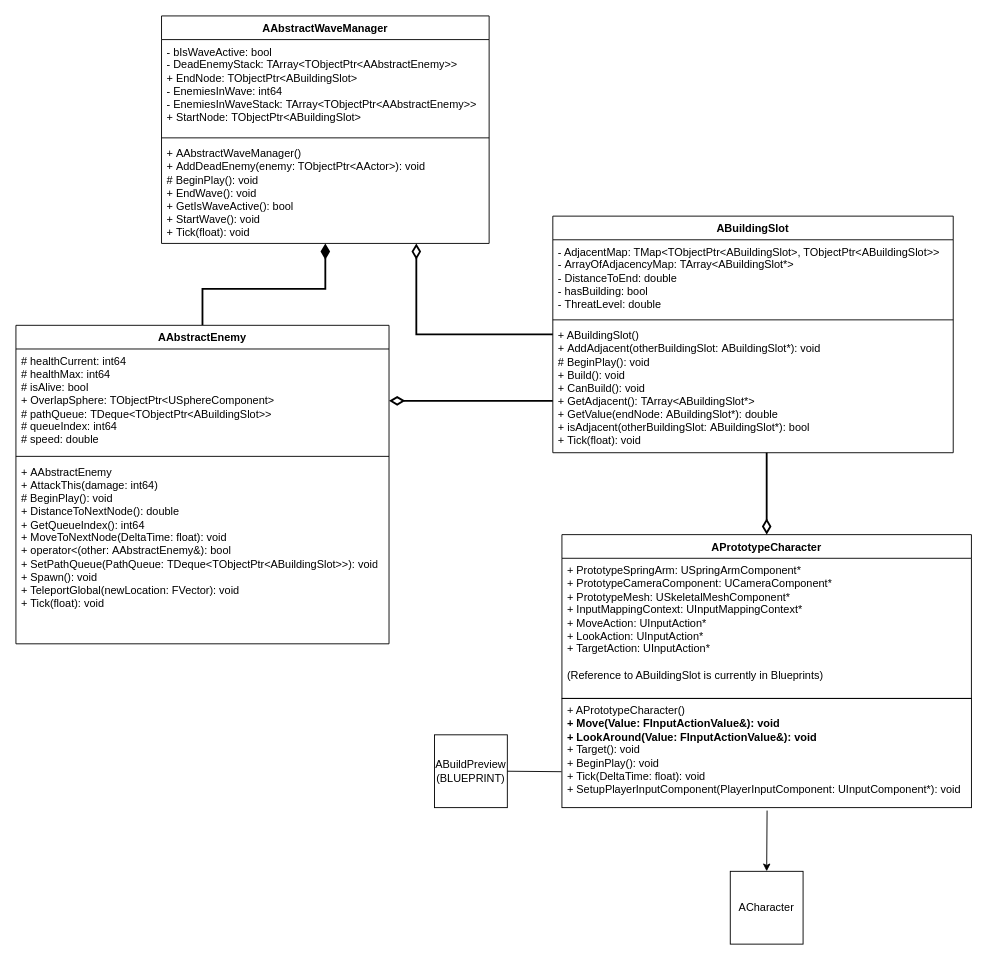
Earlier version of the draw.io diagram UML.drawio (herrkrabbe/Programming3TD). Source tidied: cells renumbered, new cells numbered last; positions are measured from the earlier drawing's top-left corner, leaving out a move shared by most shapes. Both pictures are drawn from the tidied source at 91%, with x=0, y=0 at pixel (15, 15).
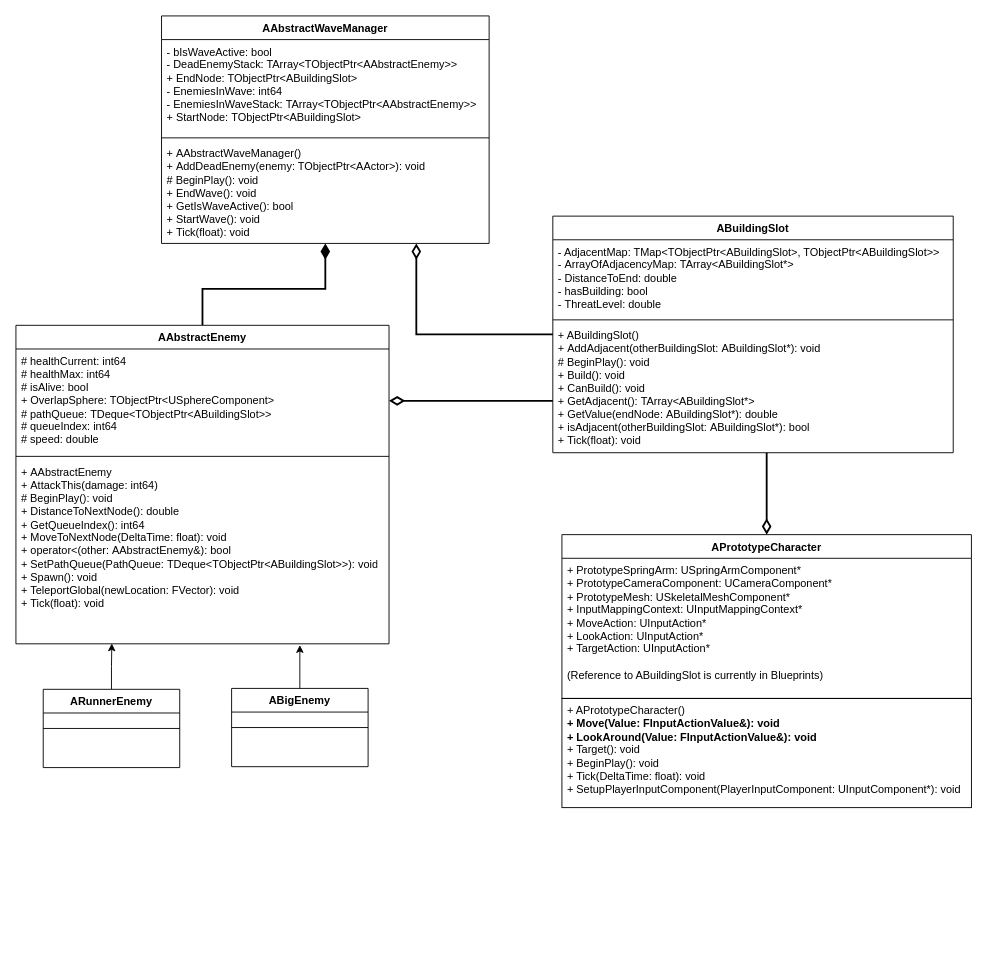
After the change.

Commit message:
Added enemy subclasses

Unchanged cells that the change refers to:
```xml
<mxCell id="11" value="+&amp;nbsp;AAbstractEnemy&lt;div&gt;+&amp;nbsp;AttackThis(damage: int64)&lt;/div&gt;&lt;div&gt;&lt;div&gt;# BeginPlay(): void&lt;br&gt;&lt;/div&gt;&lt;/div&gt;&lt;div&gt;+&amp;nbsp;DistanceToNextNode(): double&lt;/div&gt;&lt;div&gt;+&amp;nbsp;GetQueueIndex(): int64&lt;/div&gt;&lt;div&gt;+&amp;nbsp;MoveToNextNode(DeltaTime: float): void&lt;/div&gt;&lt;div&gt;+&amp;nbsp;operator&amp;lt;(other:&amp;nbsp;AAbstractEnemy&amp;amp;): bool&lt;/div&gt;&lt;div&gt;+&amp;nbsp;SetPathQueue(PathQueue:&amp;nbsp;TDeque&amp;lt;TObjectPtr&amp;lt;ABuildingSlot&amp;gt;&amp;gt;): void&lt;/div&gt;&lt;div&gt;+&amp;nbsp;Spawn(): void&lt;/div&gt;&lt;div&gt;+&amp;nbsp;TeleportGlobal(newLocation: FVector): void&lt;/div&gt;&lt;div&gt;+&amp;nbsp;Tick(float): void&lt;br&gt;&lt;/div&gt;" style="text;strokeColor=none;fillColor=none;align=left;verticalAlign=top;spacingLeft=4;spacingRight=4;overflow=hidden;points=[[0,0.5],[1,0.5]];portConstraint=eastwest;whiteSpace=wrap;html=1;" parent="8" vertex="1">
  <mxGeometry y="148" width="410" height="202" as="geometry" />
</mxCell>
<mxCell id="22" value="&lt;span style=&quot;background-color: initial;&quot;&gt;&lt;div style=&quot;&quot;&gt;+ APrototypeCharacter()&lt;/div&gt;&lt;div style=&quot;font-weight: bold;&quot;&gt;+ Move(&lt;span style=&quot;background-color: initial;&quot;&gt;Value:&amp;nbsp;&lt;/span&gt;&lt;span style=&quot;background-color: initial;&quot;&gt;FInputActionValue&amp;amp;):&amp;nbsp;&lt;/span&gt;&lt;span style=&quot;background-color: initial;&quot;&gt;void&lt;/span&gt;&lt;span style=&quot;background-color: initial;&quot;&gt;&amp;nbsp;&lt;/span&gt;&lt;/div&gt;&lt;div style=&quot;font-weight: bold;&quot;&gt;&lt;span style=&quot;background-color: initial;&quot;&gt;+ LookAround(&lt;/span&gt;&lt;span style=&quot;background-color: initial;&quot;&gt;Value:&amp;nbsp;&lt;/span&gt;&lt;span style=&quot;background-color: initial;&quot;&gt;FInputActionValue&amp;amp;):&amp;nbsp;&lt;/span&gt;&lt;span style=&quot;background-color: initial;&quot;&gt;void&lt;/span&gt;&lt;/div&gt;&lt;div style=&quot;font-weight: bold;&quot;&gt;&lt;span style=&quot;background-color: initial; font-weight: normal;&quot;&gt;+ Target():&amp;nbsp;&lt;/span&gt;&lt;span style=&quot;background-color: initial; font-weight: normal;&quot;&gt;void&lt;/span&gt;&lt;span style=&quot;background-color: initial; font-weight: normal;&quot;&gt;&amp;nbsp;&lt;/span&gt;&lt;/div&gt;&lt;div style=&quot;font-weight: bold;&quot;&gt;&lt;span style=&quot;background-color: initial; font-weight: normal;&quot;&gt;+ BeginPlay():&amp;nbsp;&lt;/span&gt;&lt;span style=&quot;background-color: initial; font-weight: normal;&quot;&gt;void&lt;/span&gt;&lt;span style=&quot;background-color: initial; font-weight: normal;&quot;&gt;&amp;nbsp;&lt;/span&gt;&lt;/div&gt;&lt;div style=&quot;font-weight: bold;&quot;&gt;&lt;span style=&quot;background-color: initial; font-weight: normal;&quot;&gt;+ Tick(DeltaTime: float):&amp;nbsp;&lt;/span&gt;&lt;span style=&quot;background-color: initial; font-weight: normal;&quot;&gt;void&lt;/span&gt;&lt;span style=&quot;background-color: initial; font-weight: normal;&quot;&gt;&amp;nbsp;&lt;/span&gt;&lt;/div&gt;&lt;div style=&quot;font-weight: bold;&quot;&gt;&lt;span style=&quot;background-color: initial; font-weight: normal;&quot;&gt;+ SetupPlayerInputComponent(PlayerInputComponent:&amp;nbsp;&lt;/span&gt;&lt;span style=&quot;background-color: initial; font-weight: normal;&quot;&gt;UInputComponent*&lt;/span&gt;&lt;span style=&quot;background-color: initial; font-weight: normal;&quot;&gt;):&amp;nbsp;&lt;/span&gt;&lt;span style=&quot;background-color: initial; font-weight: normal;&quot;&gt;void&lt;/span&gt;&lt;span style=&quot;background-color: initial; font-weight: normal;&quot;&gt;&amp;nbsp;&lt;/span&gt;&lt;/div&gt;&lt;/span&gt;" style="text;strokeColor=default;fillColor=none;align=left;verticalAlign=top;spacingLeft=4;spacingRight=4;overflow=hidden;points=[[0,0.5],[1,0.5]];portConstraint=eastwest;whiteSpace=wrap;html=1;perimeterSpacing=0;strokeWidth=1;" parent="1" vertex="1">
  <mxGeometry x="600" y="750" width="450" height="120" as="geometry" />
</mxCell>
```

Change to the diagram source:
```diff
@@
-    <mxCell id="19" value="ACharacter" style="whiteSpace=wrap;html=1;" parent="1" vertex="1">
-      <mxGeometry x="785" y="940" width="80" height="80" as="geometry" />
-    </mxCell>
-    <mxCell id="20" style="endArrow=classic;html=1;rounded=0;entryX=0.5;entryY=0;entryDx=0;entryDy=0;exitX=0.501;exitY=1.027;exitDx=0;exitDy=0;exitPerimeter=0;" parent="1" edge="1" source="22" target="19">
-      <mxGeometry relative="1" as="geometry" />
-    </mxCell>
@@
-    <mxCell id="23" value="ABuildPreview&lt;div&gt;(BLUEPRINT)&lt;/div&gt;" style="whiteSpace=wrap;html=1;" parent="1" vertex="1">
-      <mxGeometry x="460" y="790" width="80" height="80" as="geometry" />
-    </mxCell>
-    <mxCell id="24" style="endArrow=none;html=1;rounded=0;exitX=1;exitY=0.5;exitDx=0;exitDy=0;entryX=-0.001;entryY=0.671;entryDx=0;entryDy=0;entryPerimeter=0;" parent="1" edge="1" source="23" target="22">
-      <mxGeometry relative="1" as="geometry" />
-    </mxCell>
+    <mxCell id="25" style="edgeStyle=orthogonalEdgeStyle;rounded=0;jettySize=auto;html=1;entryX=0.257;entryY=0.998;entryDx=0;entryDy=0;entryPerimeter=0;" parent="1" edge="1" source="26" target="11">
+      <mxGeometry relative="1" as="geometry" />
+    </mxCell>
+    <mxCell id="26" value="ARunnerEnemy" style="swimlane;fontStyle=1;align=center;verticalAlign=top;horizontal=1;startSize=26;whiteSpace=wrap;html=1;" parent="1" vertex="1">
+      <mxGeometry x="30" y="740" width="150" height="86" as="geometry" />
+    </mxCell>
+    <mxCell id="27" style="line;strokeWidth=1;fillColor=none;align=left;verticalAlign=middle;spacingTop=-1;spacingLeft=3;spacingRight=3;labelPosition=right;strokeColor=inherit;" parent="26" vertex="1">
+      <mxGeometry y="26" width="150" height="34" as="geometry" />
+    </mxCell>
+    <mxCell id="28" value="&lt;div&gt;&lt;br&gt;&lt;/div&gt;" style="text;strokeColor=none;fillColor=none;align=left;verticalAlign=top;spacingLeft=4;spacingRight=4;overflow=hidden;whiteSpace=wrap;html=1;" parent="26" vertex="1">
+      <mxGeometry y="60" width="150" height="26" as="geometry" />
+    </mxCell>
+    <mxCell id="29" value="ABigEnemy" style="swimlane;fontStyle=1;align=center;verticalAlign=top;horizontal=1;startSize=26;whiteSpace=wrap;html=1;" parent="1" vertex="1">
+      <mxGeometry x="237" y="739" width="150" height="86" as="geometry" />
+    </mxCell>
+    <mxCell id="30" style="line;strokeWidth=1;fillColor=none;align=left;verticalAlign=middle;spacingTop=-1;spacingLeft=3;spacingRight=3;labelPosition=right;strokeColor=inherit;" parent="29" vertex="1">
+      <mxGeometry y="26" width="150" height="34" as="geometry" />
+    </mxCell>
+    <mxCell id="31" value="&lt;div&gt;&lt;br&gt;&lt;/div&gt;" style="text;strokeColor=none;fillColor=none;align=left;verticalAlign=top;spacingLeft=4;spacingRight=4;overflow=hidden;whiteSpace=wrap;html=1;" parent="29" vertex="1">
+      <mxGeometry y="60" width="150" height="26" as="geometry" />
+    </mxCell>
+    <mxCell id="32" style="endArrow=classic;html=1;rounded=0;entryX=0.761;entryY=1.007;entryDx=0;entryDy=0;entryPerimeter=0;exitX=0.5;exitY=0;exitDx=0;exitDy=0;" parent="1" edge="1" source="29" target="11">
+      <mxGeometry relative="1" as="geometry" />
+    </mxCell>
```
